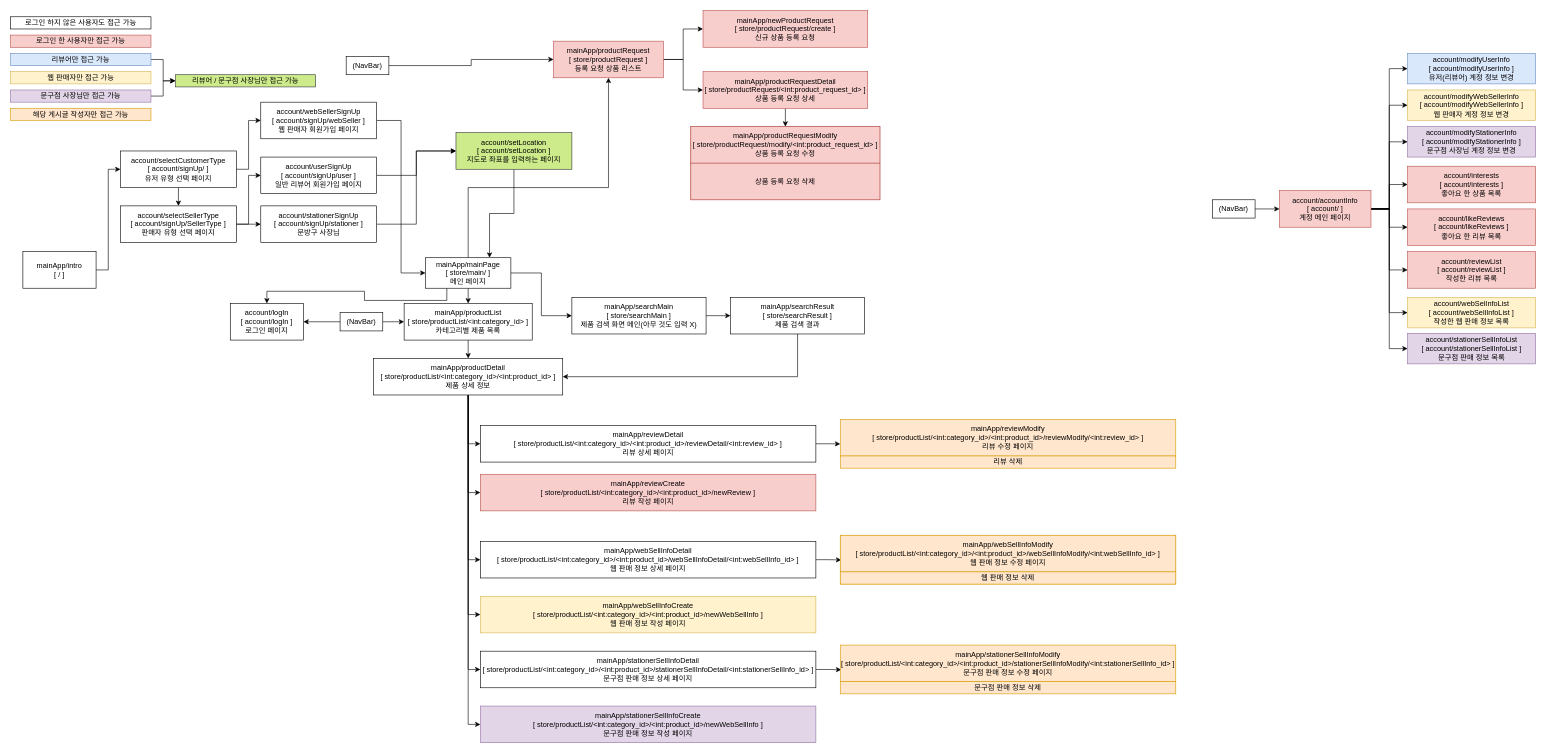
The draw.io diagram forWork/사자네 문방구 Templates.drawio in pcjs156/LionStore, before the edit. Source tidied: cells renumbered, new cells numbered last; positions are measured from the earlier drawing's top-left corner, leaving out a move shared by most shapes. Both pictures are drawn from the tidied source at 61%, with x=0, y=0 at pixel (10, 10).
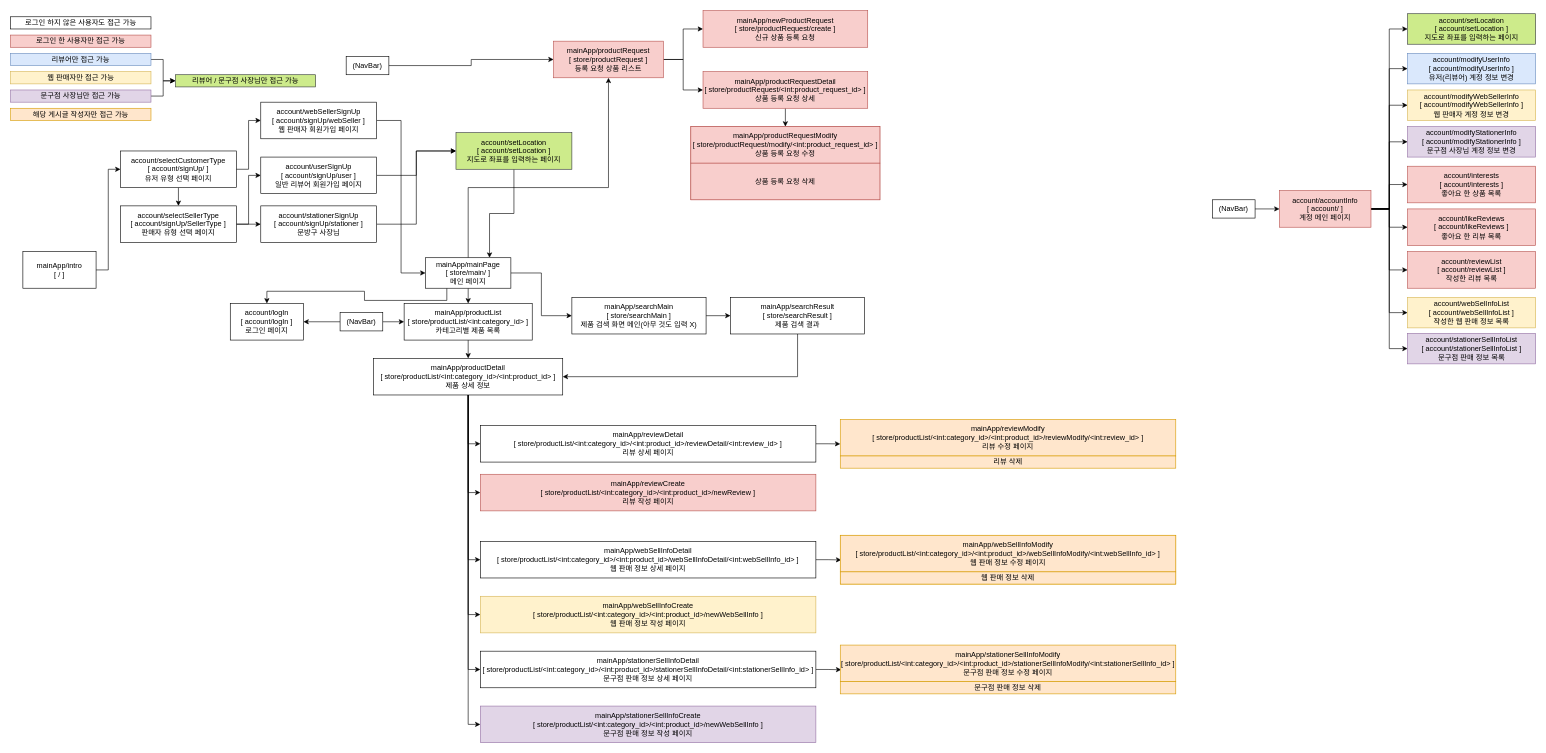
The same page after the edit.

Unchanged cells that the change refers to:
```xml
<mxCell id="66" value="account/accountInfo&lt;br&gt;[ account/ ]&lt;br&gt;계정 메인 페이지" style="rounded=0;whiteSpace=wrap;html=1;fillColor=#f8cecc;strokeColor=#b85450;" parent="1" vertex="1">
  <mxGeometry x="2080" y="295" width="150" height="60" as="geometry" />
</mxCell>
```

Change to the diagram source:
```diff
@@
+    <mxCell id="97" style="edgeStyle=orthogonalEdgeStyle;rounded=0;jettySize=auto;html=1;exitX=1;exitY=0.5;exitDx=0;exitDy=0;entryX=0;entryY=0.5;entryDx=0;entryDy=0;" parent="1" edge="1" source="66" target="98">
+      <mxGeometry relative="1" as="geometry" />
+    </mxCell>
@@
+    <mxCell id="98" value="account/setLocation&lt;br&gt;[ account/setLocation ]&lt;br&gt;지도로 좌표를 입력하는 페이지" style="rounded=0;whiteSpace=wrap;html=1;fillColor=#cdeb8b;strokeColor=#36393d;" parent="1" vertex="1">
+      <mxGeometry x="2290" y="5" width="210" height="50" as="geometry" />
+    </mxCell>
```
